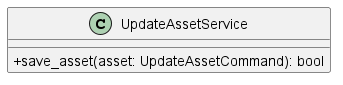
Earlier version of the PlantUML export src/PB/DocumentazioneEsterna/Specifica_Tecnica/content/uml/png/SaveAsset/UpdateAssetService.png (GroupRubberDuck/Documentazione).
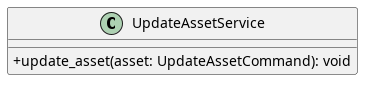
Above is the later version.

Diff of the diagram source:
```diff
@@ -1,7 +1,7 @@
 @startuml UpdateAssetService
 skinparam classAttributeIconSize 0
 class UpdateAssetService {
-    + save_asset(asset: UpdateAssetCommand): bool
+    + update_asset(asset: UpdateAssetCommand): void
 }
 
 @enduml
```
